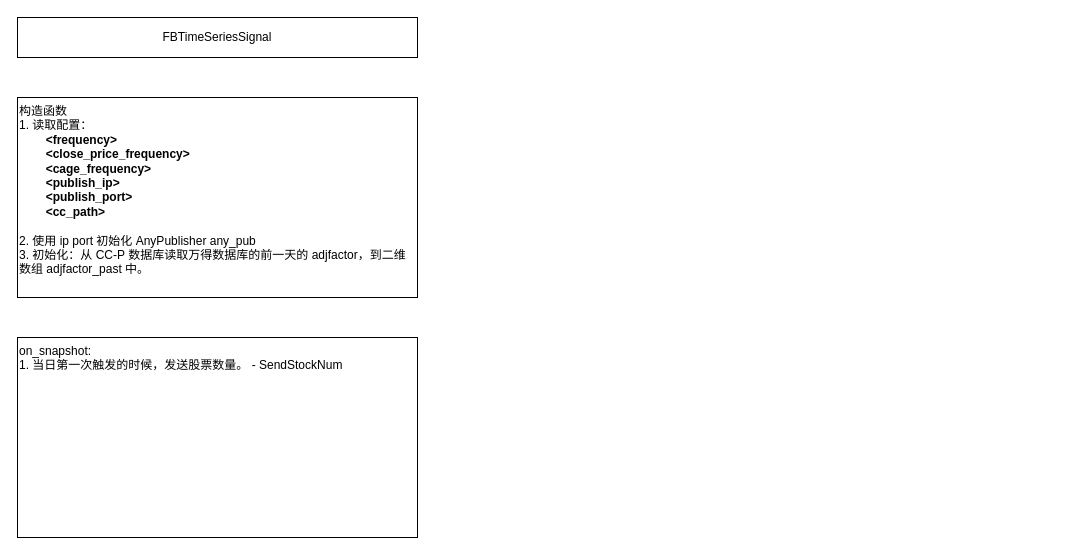
Before: 股票时序.drawio in zhaxd123/drawio, a draw.io diagram. Source tidied: cells renumbered, new cells numbered last; positions are measured from the earlier drawing's top-left corner, leaving out a move shared by most shapes. Both pictures are drawn from the tidied source at 100%, with x=0, y=0 at pixel (17, 17).
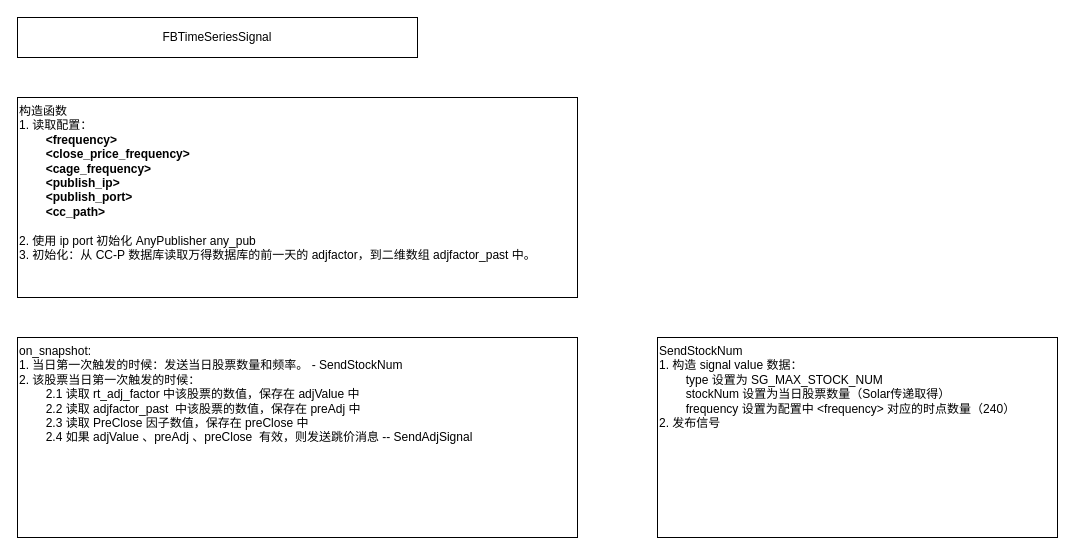
Above is the later version.

Commit message (it also covers changes not shown here):
更新股票时序.drawio

What changed in the source:
```diff
@@
 <mxGraphModel>
   <root>
     <mxCell id="0" />
     <mxCell id="1" parent="0" />
     <mxCell id="2" value="FBTimeSeriesSignal" style="rounded=0;whiteSpace=wrap;html=1;" parent="1" vertex="1">
       <mxGeometry width="400" height="40" as="geometry" />
     </mxCell>
     <mxCell id="3" value="构造函数&lt;div&gt;1.&amp;nbsp;读取配置：&lt;/div&gt;&lt;div&gt;&lt;b&gt;&lt;span style=&quot;white-space: pre;&quot;&gt;&#9;&lt;/span&gt;&amp;lt;frequency&amp;gt;&amp;nbsp;&lt;/b&gt;&lt;/div&gt;&lt;div&gt;&lt;b&gt;&lt;span style=&quot;white-space: pre;&quot;&gt;&#9;&lt;/span&gt;&amp;lt;close_price_frequency&amp;gt;&amp;nbsp;&lt;/b&gt;&lt;/div&gt;&lt;div&gt;&lt;b&gt;&lt;span style=&quot;white-space: pre;&quot;&gt;&#9;&lt;/span&gt;&amp;lt;cage_frequency&amp;gt;&lt;br&gt;&lt;/b&gt;&lt;/div&gt;&lt;div&gt;&lt;b&gt;&lt;span style=&quot;white-space: pre;&quot;&gt;&#9;&lt;/span&gt;&amp;lt;publish_ip&amp;gt;&lt;br&gt;&lt;/b&gt;&lt;/div&gt;&lt;div&gt;&lt;b&gt;&lt;span style=&quot;white-space: pre;&quot;&gt;&#9;&lt;/span&gt;&amp;lt;publish_port&amp;gt;&lt;/b&gt;&lt;/div&gt;&lt;div&gt;&lt;b&gt;&lt;span style=&quot;white-space: pre;&quot;&gt;&#9;&lt;/span&gt;&amp;lt;cc_path&amp;gt;&lt;/b&gt;&lt;br&gt;&lt;/div&gt;&lt;div&gt;&lt;br&gt;&lt;/div&gt;&lt;div&gt;2.&amp;nbsp;使用&amp;nbsp;ip&amp;nbsp;port&amp;nbsp;初始化 AnyPublisher any_pub&lt;/div&gt;&lt;div&gt;3.&amp;nbsp;初始化：从 CC-P&amp;nbsp;数据库读取万得数据库的前一天的 adjfactor，到二维数组 adjfactor_past&amp;nbsp;中。&lt;/div&gt;&lt;div&gt;&lt;br&gt;&lt;/div&gt;&lt;div&gt;&lt;br&gt;&lt;/div&gt;" style="rounded=0;whiteSpace=wrap;html=1;align=left;verticalAlign=top;" parent="1" vertex="1">
-      <mxGeometry y="80" width="400" height="200" as="geometry" />
+      <mxGeometry y="80" width="560" height="200" as="geometry" />
     </mxCell>
-    <mxCell id="4" value="&lt;div&gt;on_snapshot:&lt;/div&gt;&lt;div&gt;1.&amp;nbsp;当日第一次触发的时候，发送股票数量。 - SendStockNum&lt;/div&gt;" style="rounded=0;whiteSpace=wrap;html=1;align=left;verticalAlign=top;" parent="1" vertex="1">
-      <mxGeometry y="320" width="400" height="200" as="geometry" />
+    <mxCell id="4" value="&lt;div&gt;on_snapshot:&lt;/div&gt;&lt;div&gt;1.&amp;nbsp;当日第一次触发的时候：发送当日股票数量和频率。 - SendStockNum&lt;/div&gt;&lt;div&gt;2.&amp;nbsp;&lt;span style=&quot;background-color: transparent; color: light-dark(rgb(0, 0, 0), rgb(255, 255, 255));&quot;&gt;该股票当日第一次触发的时候：&lt;/span&gt;&lt;/div&gt;&lt;div&gt;&lt;span style=&quot;white-space: pre;&quot;&gt;&#9;&lt;/span&gt;2.1&amp;nbsp;读取&amp;nbsp;rt_adj_factor&amp;nbsp;中该股票的数值，保存在&amp;nbsp;adjValue&amp;nbsp;中&lt;br&gt;&lt;/div&gt;&lt;div&gt;&lt;span style=&quot;white-space: pre;&quot;&gt;&#9;&lt;/span&gt;2.2&amp;nbsp;读取&amp;nbsp;&lt;span style=&quot;background-color: transparent; color: light-dark(rgb(0, 0, 0), rgb(255, 255, 255));&quot;&gt;adjfactor_past&amp;nbsp; 中该股票的数值，保存在&amp;nbsp;preAdj&amp;nbsp;中&lt;/span&gt;&lt;br&gt;&lt;/div&gt;&lt;div&gt;&lt;span style=&quot;background-color: transparent; color: light-dark(rgb(0, 0, 0), rgb(255, 255, 255));&quot;&gt;&lt;span style=&quot;white-space: pre;&quot;&gt;&#9;&lt;/span&gt;2.3&amp;nbsp;读取 PreClose&amp;nbsp;因子数值，保存在&amp;nbsp;preClose&amp;nbsp;中&lt;br&gt;&lt;/span&gt;&lt;/div&gt;&lt;div&gt;&lt;span style=&quot;white-space: pre;&quot;&gt;&#9;&lt;/span&gt;2.4&amp;nbsp;如果&amp;nbsp;&lt;span style=&quot;background-color: transparent; color: light-dark(rgb(0, 0, 0), rgb(255, 255, 255));&quot;&gt;adjValue 、&lt;/span&gt;&lt;span style=&quot;background-color: transparent; color: light-dark(rgb(0, 0, 0), rgb(255, 255, 255));&quot;&gt;preAdj 、&lt;/span&gt;&lt;span style=&quot;background-color: transparent; color: light-dark(rgb(0, 0, 0), rgb(255, 255, 255));&quot;&gt;preClose&amp;nbsp; 有效，则发送跳价消息 -- SendAdjSignal&lt;/span&gt;&lt;br&gt;&lt;/div&gt;" style="rounded=0;whiteSpace=wrap;html=1;align=left;verticalAlign=top;" parent="1" vertex="1">
+      <mxGeometry y="320" width="560" height="200" as="geometry" />
     </mxCell>
+    <mxCell id="5" value="SendStockNum&lt;div&gt;1. 构造&amp;nbsp;signal&amp;nbsp;value&amp;nbsp;数据：&lt;/div&gt;&lt;div&gt;&lt;span style=&quot;background-color: transparent; color: light-dark(rgb(0, 0, 0), rgb(255, 255, 255));&quot;&gt;&lt;span style=&quot;white-space: pre;&quot;&gt;&#9;&lt;/span&gt;type&amp;nbsp;设置为 SG_MAX_STOCK_NUM&lt;/span&gt;&lt;/div&gt;&lt;div&gt;&lt;span style=&quot;background-color: transparent; color: light-dark(rgb(0, 0, 0), rgb(255, 255, 255));&quot;&gt;&lt;span style=&quot;white-space: pre;&quot;&gt;&#9;&lt;/span&gt;stockNum&amp;nbsp;设置为当日股票数量（Solar传递取得）&lt;br&gt;&lt;/span&gt;&lt;/div&gt;&lt;div&gt;&lt;span style=&quot;background-color: transparent; color: light-dark(rgb(0, 0, 0), rgb(255, 255, 255));&quot;&gt;&lt;span style=&quot;white-space: pre;&quot;&gt;&#9;&lt;/span&gt;frequency 设置为配置中 &amp;lt;&lt;/span&gt;&lt;span style=&quot;background-color: transparent; color: light-dark(rgb(0, 0, 0), rgb(255, 255, 255));&quot;&gt;frequency&lt;/span&gt;&lt;span style=&quot;background-color: transparent; color: light-dark(rgb(0, 0, 0), rgb(255, 255, 255));&quot;&gt;&amp;gt;&amp;nbsp;对应的时点数量（240）&lt;/span&gt;&lt;/div&gt;&lt;div&gt;&lt;span style=&quot;background-color: transparent; color: light-dark(rgb(0, 0, 0), rgb(255, 255, 255));&quot;&gt;2.&amp;nbsp;发布信号&lt;/span&gt;&lt;/div&gt;" style="rounded=0;whiteSpace=wrap;html=1;align=left;verticalAlign=top;" parent="1" vertex="1">
+      <mxGeometry x="640" y="320" width="400" height="200" as="geometry" />
+    </mxCell>
   </root>
 </mxGraphModel>
```
